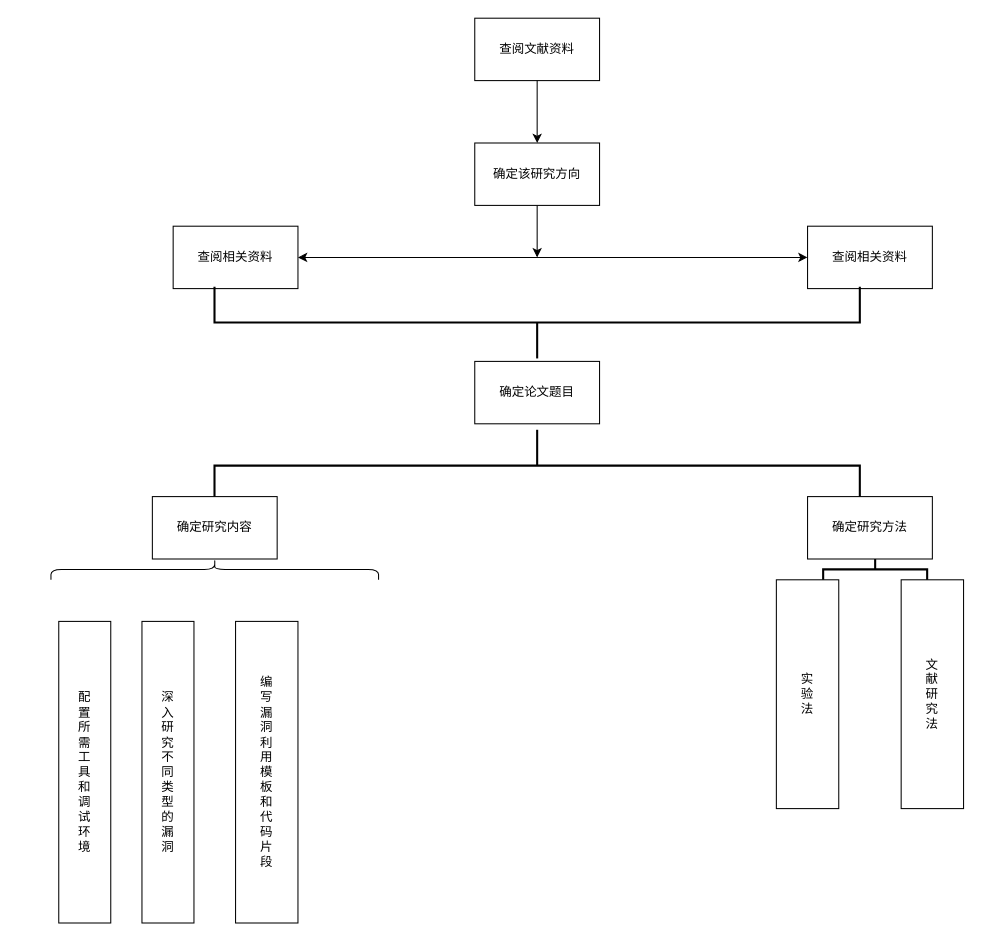
The draw.io diagram 技术路线.drawio in xiaofeng789/draw, before the edit. Source tidied: cells renumbered, new cells numbered last; positions are measured from the earlier drawing's top-left corner, leaving out a move shared by most shapes. Both pictures are drawn from the tidied source at 104%, with x=0, y=0 at pixel (58, -1).
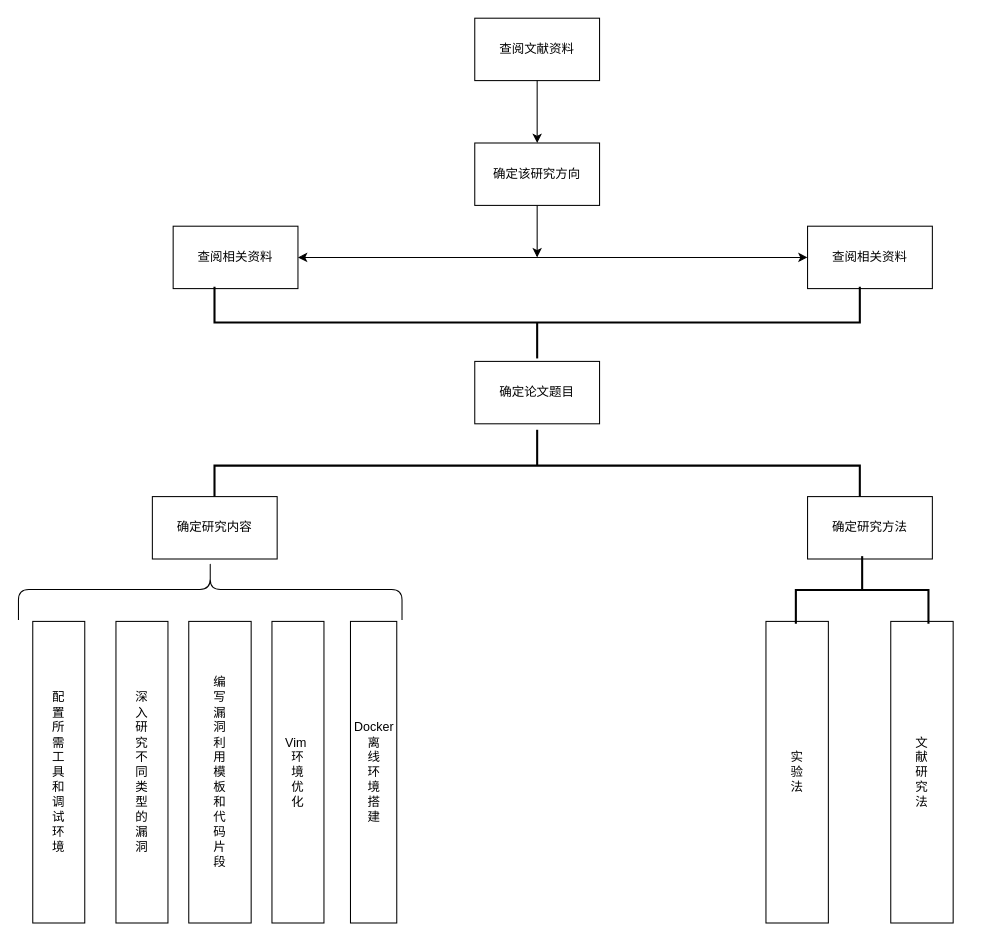
Above is the later version.

Commit message (it also covers changes not shown here):
更新技术路线.drawio

Change to the diagram source:
```diff
@@
     <mxCell id="14" value="&lt;div style=&quot;&quot;&gt;&lt;span style=&quot;background-color: initial;&quot;&gt;实&lt;/span&gt;&lt;/div&gt;&lt;div style=&quot;&quot;&gt;&lt;span style=&quot;background-color: initial;&quot;&gt;验&lt;/span&gt;&lt;/div&gt;&lt;div style=&quot;&quot;&gt;&lt;span style=&quot;background-color: initial;&quot;&gt;法&lt;/span&gt;&lt;/div&gt;" style="rounded=0;whiteSpace=wrap;html=1;align=center;" parent="1" vertex="1">
-      <mxGeometry x="690" y="558" width="60" height="220" as="geometry" />
+      <mxGeometry x="680" y="598" width="60" height="290" as="geometry" />
     </mxCell>
     <mxCell id="15" value="&lt;div style=&quot;&quot;&gt;文&lt;/div&gt;&lt;div style=&quot;&quot;&gt;献&lt;/div&gt;&lt;div style=&quot;&quot;&gt;研&lt;/div&gt;&lt;div style=&quot;&quot;&gt;究&lt;/div&gt;&lt;div style=&quot;&quot;&gt;法&lt;/div&gt;" style="rounded=0;whiteSpace=wrap;html=1;align=center;" parent="1" vertex="1">
-      <mxGeometry x="810" y="558" width="60" height="220" as="geometry" />
+      <mxGeometry x="800" y="598" width="60" height="290" as="geometry" />
     </mxCell>
     <mxCell id="16" style="strokeWidth=2;html=1;shape=mxgraph.flowchart.annotation_2;align=left;labelPosition=right;rotation=90;" parent="1" vertex="1">
-      <mxGeometry x="775" y="498" width="20" height="100" as="geometry" />
+      <mxGeometry x="740" y="504" width="65" height="127.5" as="geometry" />
     </mxCell>
     <mxCell id="17" style="shape=curlyBracket;whiteSpace=wrap;html=1;rounded=1;flipH=1;labelPosition=right;verticalLabelPosition=middle;align=left;verticalAlign=middle;rotation=-90;" parent="1" vertex="1">
-      <mxGeometry x="140" y="390.5" width="20" height="315" as="geometry" />
+      <mxGeometry x="116.4" y="382.9" width="58.5" height="368.8" as="geometry" />
     </mxCell>
     <mxCell id="18" value="配&lt;div&gt;置&lt;/div&gt;&lt;div&gt;所&lt;/div&gt;&lt;div&gt;需&lt;/div&gt;&lt;div&gt;工&lt;/div&gt;&lt;div&gt;具&lt;/div&gt;&lt;div&gt;和&lt;/div&gt;&lt;div&gt;调&lt;/div&gt;&lt;div&gt;试&lt;/div&gt;&lt;div&gt;环&lt;/div&gt;&lt;div&gt;境&lt;/div&gt;" style="rounded=0;whiteSpace=wrap;html=1;" parent="1" vertex="1">
-      <mxGeometry y="598" width="50" height="290" as="geometry" />
+      <mxGeometry x="-25" y="598" width="50" height="290" as="geometry" />
     </mxCell>
     <mxCell id="19" value="深&lt;div&gt;入&lt;/div&gt;&lt;div&gt;研&lt;/div&gt;&lt;div&gt;究&lt;/div&gt;&lt;div&gt;不&lt;/div&gt;&lt;div&gt;同&lt;/div&gt;&lt;div&gt;类&lt;/div&gt;&lt;div&gt;型&lt;/div&gt;&lt;div&gt;的&lt;/div&gt;&lt;div&gt;漏&lt;/div&gt;&lt;div&gt;洞&lt;/div&gt;" style="rounded=0;whiteSpace=wrap;html=1;" parent="1" vertex="1">
-      <mxGeometry x="80" y="598" width="50" height="290" as="geometry" />
+      <mxGeometry x="55" y="598" width="50" height="290" as="geometry" />
     </mxCell>
     <mxCell id="20" value="编&lt;div&gt;写&lt;/div&gt;&lt;div&gt;漏&lt;/div&gt;&lt;div&gt;洞&lt;/div&gt;&lt;div&gt;利&lt;/div&gt;&lt;div&gt;用&lt;/div&gt;&lt;div&gt;模&lt;/div&gt;&lt;div&gt;板&lt;/div&gt;&lt;div&gt;和&lt;/div&gt;&lt;div&gt;代&lt;/div&gt;&lt;div&gt;码&lt;/div&gt;&lt;div&gt;片&lt;/div&gt;&lt;div&gt;段&lt;/div&gt;" style="rounded=0;whiteSpace=wrap;html=1;" parent="1" vertex="1">
-      <mxGeometry x="170" y="598" width="60" height="290" as="geometry" />
+      <mxGeometry x="125" y="598" width="60" height="290" as="geometry" />
     </mxCell>
+    <mxCell id="21" value="Vim&amp;nbsp;&lt;div&gt;环&lt;/div&gt;&lt;div&gt;境&lt;/div&gt;&lt;div&gt;优&lt;/div&gt;&lt;div&gt;化&lt;/div&gt;" style="rounded=0;whiteSpace=wrap;html=1;" parent="1" vertex="1">
+      <mxGeometry x="205" y="598" width="50" height="290" as="geometry" />
+    </mxCell>
+    <mxCell id="22" value="Docker&lt;div&gt;离&lt;/div&gt;&lt;div&gt;线&lt;/div&gt;&lt;div&gt;环&lt;/div&gt;&lt;div&gt;境&lt;/div&gt;&lt;div&gt;搭&lt;/div&gt;&lt;div&gt;建&lt;/div&gt;" style="rounded=0;whiteSpace=wrap;html=1;" parent="1" vertex="1">
+      <mxGeometry x="280.5" y="598" width="44.5" height="290" as="geometry" />
+    </mxCell>
```
